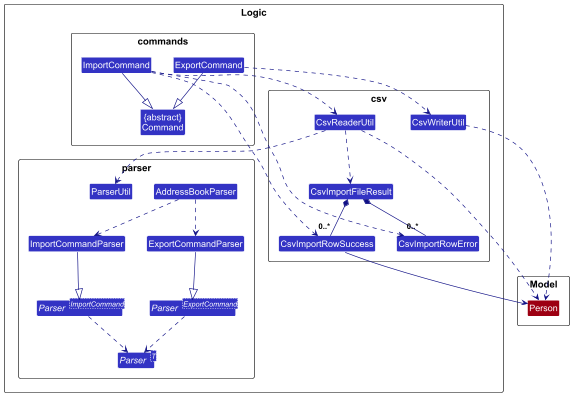
Above: docs/images/CsvImportExportCommandClassDiagram.png in Taiz2000/tp (PlantUML), before the change.
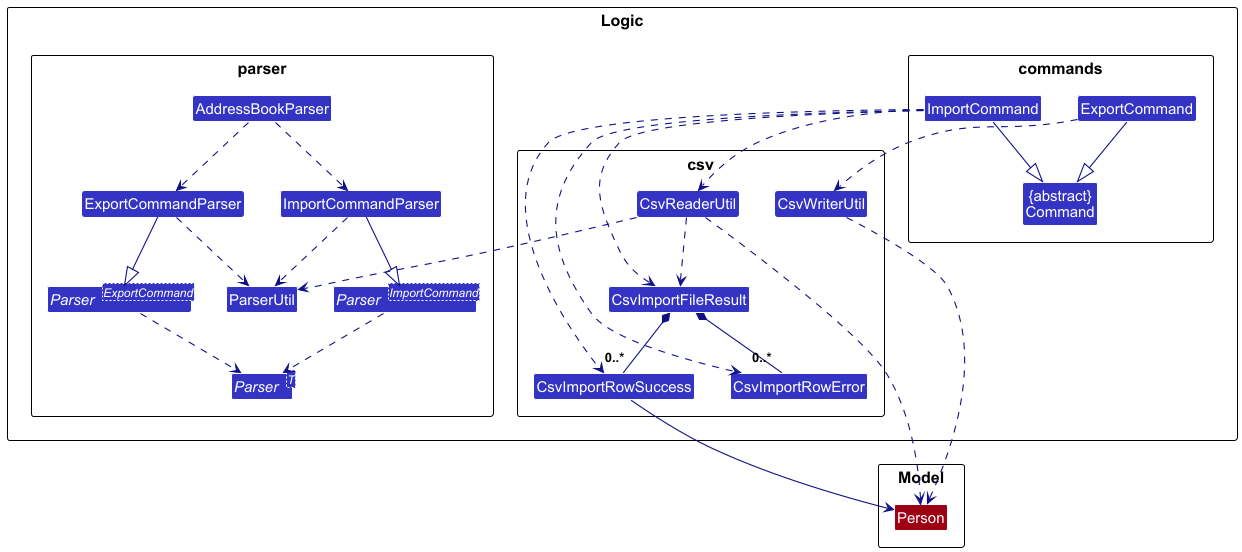
The same file after the commit.

Commit message:
Change uml diagram images

The edit, as a diff of the source:
```diff
@@ -40,6 +40,9 @@
 AddressBookParser ..> ExportCommandParser
 AddressBookParser ..> ImportCommandParser
 
+ExportCommandParser ..> ParserUtil
+ImportCommandParser ..> ParserUtil
+
 ExportCommandParser --|> ExportCommandParserType
 ImportCommandParser --|> ImportCommandParserType
 
@@ -54,6 +57,7 @@
 ImportCommand ..> CsvReaderUtil
 ImportCommand ..> CsvImportRowSuccess
 ImportCommand ..> CsvImportRowError
+ImportCommand ..> CsvImportFileResult
 
 CsvWriterUtil ..> Person
 
```
